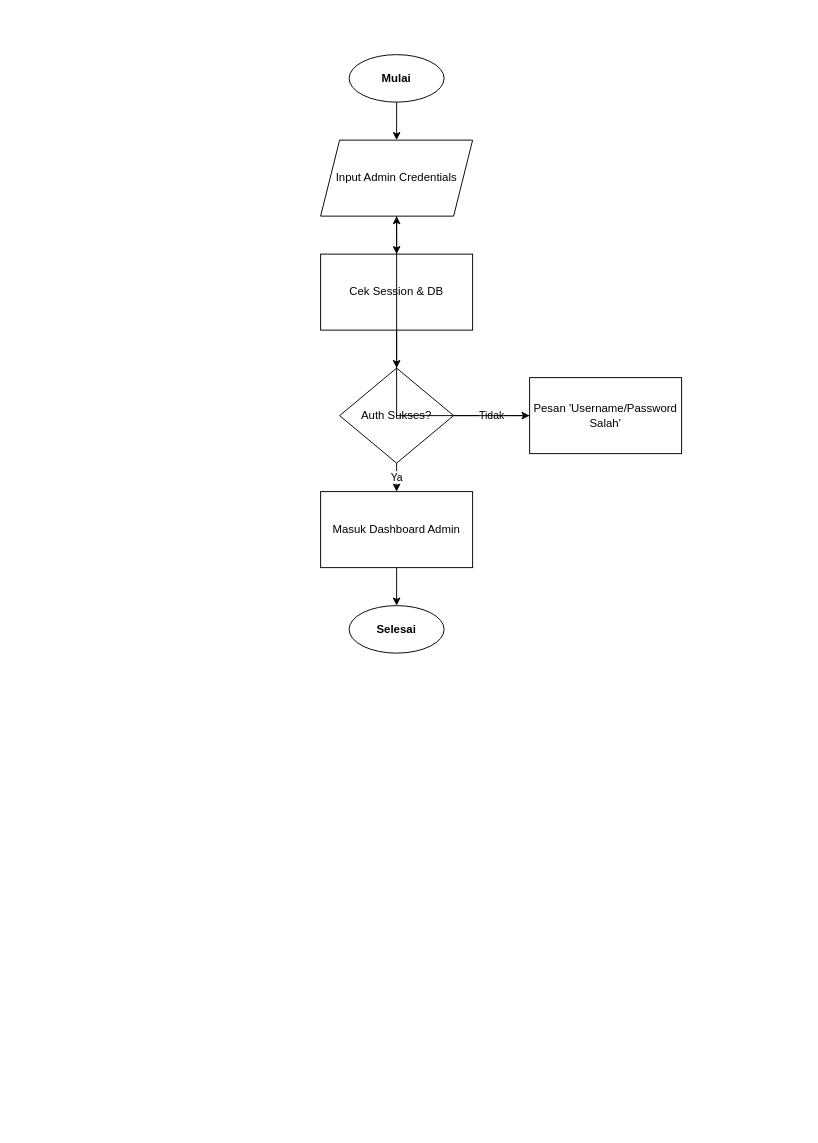
Before: diagram/flowchart/admin_login.drawio in Jinsky/Jinsky, a draw.io diagram. Source tidied: cells renumbered, new cells numbered last; positions are measured from the earlier drawing's top-left corner, leaving out a move shared by most shapes. Both pictures are drawn from the tidied source at 95%, with x=0, y=0 at pixel (16, 16).
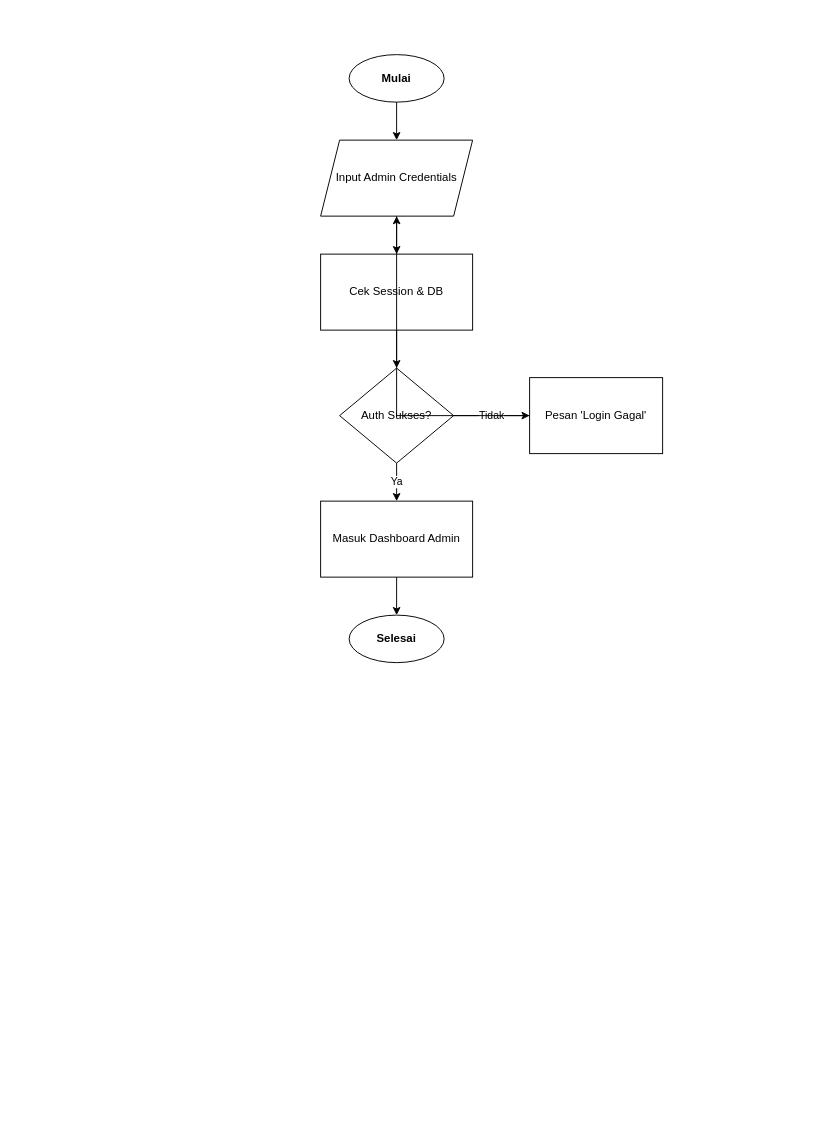
Above is the later version.

Diff of the diagram source:
```diff
@@
 <mxGraphModel>
   <root>
     <mxCell id="0" />
     <mxCell id="1" parent="0" />
     <mxCell id="2" style="rounded=0;whiteSpace=wrap;html=1;fillColor=#ffffff;strokeColor=none;" parent="1" vertex="1">
       <mxGeometry width="827" height="1169" as="geometry" />
     </mxCell>
     <mxCell id="3" value="Mulai" style="ellipse;whiteSpace=wrap;html=1;fontStyle=1;fontSize=12;fillColor=#ffffff;strokeColor=#000000;" parent="1" vertex="1">
       <mxGeometry x="350" y="40" width="100" height="50" as="geometry" />
     </mxCell>
     <mxCell id="4" value="Input Admin Credentials" style="shape=parallelogram;perimeter=parallelogramPerimeter;whiteSpace=wrap;html=1;fixedSize=1;fontSize=12;fillColor=#ffffff;strokeColor=#000000;" parent="1" vertex="1">
       <mxGeometry x="320" y="130" width="160" height="80" as="geometry" />
     </mxCell>
     <mxCell id="5" value="Cek Session &amp; DB" style="rounded=0;whiteSpace=wrap;html=1;fontSize=12;fillColor=#ffffff;strokeColor=#000000;" parent="1" vertex="1">
       <mxGeometry x="320" y="250" width="160" height="80" as="geometry" />
     </mxCell>
     <mxCell id="6" value="Auth Sukses?" style="rhombus;whiteSpace=wrap;html=1;fontSize=12;fillColor=#ffffff;strokeColor=#000000;" parent="1" vertex="1">
       <mxGeometry x="340" y="370" width="120" height="100" as="geometry" />
     </mxCell>
     <mxCell id="7" value="Masuk Dashboard Admin" style="rounded=0;whiteSpace=wrap;html=1;fontSize=12;fillColor=#ffffff;strokeColor=#000000;" parent="1" vertex="1">
-      <mxGeometry x="320" y="500" width="160" height="80" as="geometry" />
+      <mxGeometry x="320" y="510" width="160" height="80" as="geometry" />
     </mxCell>
-    <mxCell id="8" value="Pesan 'Username/Password Salah'" style="rounded=0;whiteSpace=wrap;html=1;fontSize=12;fillColor=#ffffff;strokeColor=#000000;" parent="1" vertex="1">
-      <mxGeometry x="540" y="380" width="160" height="80" as="geometry" />
+    <mxCell id="8" value="Pesan 'Login Gagal'" style="rounded=0;whiteSpace=wrap;html=1;fontSize=12;fillColor=#ffffff;strokeColor=#000000;" parent="1" vertex="1">
+      <mxGeometry x="540" y="380" width="140" height="80" as="geometry" />
     </mxCell>
     <mxCell id="9" value="Selesai" style="ellipse;whiteSpace=wrap;html=1;fontStyle=1;fontSize=12;fillColor=#ffffff;strokeColor=#000000;" parent="1" vertex="1">
-      <mxGeometry x="350" y="620" width="100" height="50" as="geometry" />
+      <mxGeometry x="350" y="630" width="100" height="50" as="geometry" />
     </mxCell>
     <mxCell id="10" style="edgeStyle=orthogonalEdgeStyle;rounded=0;jettySize=auto;html=1;strokeColor=#000000;fontSize=11;" parent="1" edge="1" source="3" target="4">
       <mxGeometry relative="1" as="geometry" />
     </mxCell>
     <mxCell id="11" style="edgeStyle=orthogonalEdgeStyle;rounded=0;jettySize=auto;html=1;strokeColor=#000000;fontSize=11;" parent="1" edge="1" source="4" target="5">
       <mxGeometry relative="1" as="geometry" />
     </mxCell>
     <mxCell id="12" style="edgeStyle=orthogonalEdgeStyle;rounded=0;jettySize=auto;html=1;strokeColor=#000000;fontSize=11;" parent="1" edge="1" source="5" target="6">
       <mxGeometry relative="1" as="geometry" />
     </mxCell>
     <mxCell id="13" value="Ya" style="edgeStyle=orthogonalEdgeStyle;rounded=0;jettySize=auto;html=1;strokeColor=#000000;fontSize=11;" parent="1" edge="1" source="6" target="7">
       <mxGeometry relative="1" as="geometry" />
     </mxCell>
     <mxCell id="14" value="Tidak" style="edgeStyle=orthogonalEdgeStyle;rounded=0;jettySize=auto;html=1;strokeColor=#000000;fontSize=11;" parent="1" edge="1" source="6" target="8">
       <mxGeometry relative="1" as="geometry" />
     </mxCell>
     <mxCell id="15" style="edgeStyle=orthogonalEdgeStyle;rounded=0;jettySize=auto;html=1;strokeColor=#000000;fontSize=11;" parent="1" edge="1" source="8" target="4">
       <mxGeometry relative="1" as="geometry" />
     </mxCell>
     <mxCell id="16" style="edgeStyle=orthogonalEdgeStyle;rounded=0;jettySize=auto;html=1;strokeColor=#000000;fontSize=11;" parent="1" edge="1" source="7" target="9">
       <mxGeometry relative="1" as="geometry" />
     </mxCell>
   </root>
 </mxGraphModel>
```
